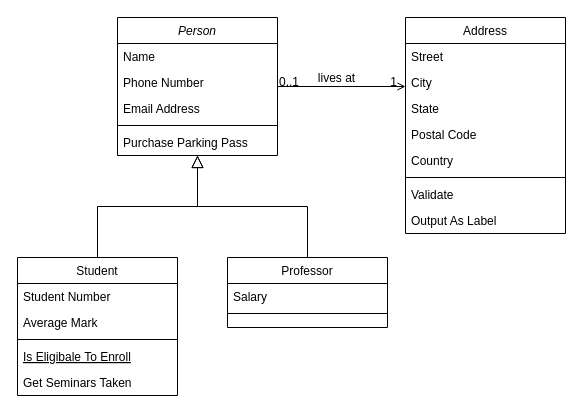
Before: Untitled Diagram.drawio in checas/Ejercicio-POO-JS, a draw.io diagram. Source tidied: cells renumbered, new cells numbered last; positions are measured from the earlier drawing's top-left corner, leaving out a move shared by most shapes. Both pictures are drawn from the tidied source at 100%, with x=0, y=0 at pixel (17, 17).
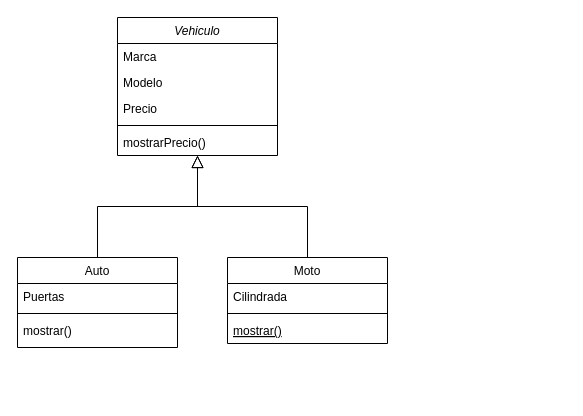
After the change.

Commit message:
Modificación del diagrama de clases

Change to the diagram source:
```diff
@@
-    <mxCell id="2" value="Person" style="swimlane;fontStyle=2;align=center;verticalAlign=top;horizontal=1;startSize=26;rounded=0;shadow=0;strokeWidth=1;" parent="1" vertex="1">
+    <mxCell id="2" value="Vehiculo" style="swimlane;fontStyle=2;align=center;verticalAlign=top;horizontal=1;startSize=26;rounded=0;shadow=0;strokeWidth=1;" parent="1" vertex="1">
       <mxGeometry x="100" width="160" height="138" as="geometry" />
     </mxCell>
-    <mxCell id="3" value="Name" style="text;align=left;verticalAlign=top;spacingLeft=4;spacingRight=4;overflow=hidden;" parent="2" vertex="1">
+    <mxCell id="3" value="Marca" style="text;align=left;verticalAlign=top;spacingLeft=4;spacingRight=4;overflow=hidden;" parent="2" vertex="1">
       <mxGeometry y="26" width="160" height="26" as="geometry" />
     </mxCell>
-    <mxCell id="4" value="Phone Number" style="text;align=left;verticalAlign=top;spacingLeft=4;spacingRight=4;overflow=hidden;rounded=0;shadow=0;html=0;" parent="2" vertex="1">
+    <mxCell id="4" value="Modelo" style="text;align=left;verticalAlign=top;spacingLeft=4;spacingRight=4;overflow=hidden;rounded=0;shadow=0;html=0;" parent="2" vertex="1">
       <mxGeometry y="52" width="160" height="26" as="geometry" />
     </mxCell>
-    <mxCell id="5" value="Email Address" style="text;align=left;verticalAlign=top;spacingLeft=4;spacingRight=4;overflow=hidden;rounded=0;shadow=0;html=0;" parent="2" vertex="1">
+    <mxCell id="5" value="Precio" style="text;align=left;verticalAlign=top;spacingLeft=4;spacingRight=4;overflow=hidden;rounded=0;shadow=0;html=0;" parent="2" vertex="1">
       <mxGeometry y="78" width="160" height="26" as="geometry" />
     </mxCell>
@@
-    <mxCell id="7" value="Purchase Parking Pass" style="text;align=left;verticalAlign=top;spacingLeft=4;spacingRight=4;overflow=hidden;" parent="2" vertex="1">
+    <mxCell id="7" value="mostrarPrecio()" style="text;align=left;verticalAlign=top;spacingLeft=4;spacingRight=4;overflow=hidden;" parent="2" vertex="1">
       <mxGeometry y="112" width="160" height="26" as="geometry" />
     </mxCell>
-    <mxCell id="8" value="Student" style="swimlane;fontStyle=0;align=center;verticalAlign=top;horizontal=1;startSize=26;rounded=0;shadow=0;strokeWidth=1;" parent="1" vertex="1">
-      <mxGeometry y="240" width="160" height="138" as="geometry" />
+    <mxCell id="8" value="Auto" style="swimlane;fontStyle=0;align=center;verticalAlign=top;horizontal=1;startSize=26;rounded=0;shadow=0;strokeWidth=1;" parent="1" vertex="1">
+      <mxGeometry y="240" width="160" height="90" as="geometry" />
     </mxCell>
-    <mxCell id="9" value="Student Number" style="text;align=left;verticalAlign=top;spacingLeft=4;spacingRight=4;overflow=hidden;" parent="8" vertex="1">
+    <mxCell id="9" value="Puertas" style="text;align=left;verticalAlign=top;spacingLeft=4;spacingRight=4;overflow=hidden;" parent="8" vertex="1">
       <mxGeometry y="26" width="160" height="26" as="geometry" />
     </mxCell>
-    <mxCell id="10" value="Average Mark" style="text;align=left;verticalAlign=top;spacingLeft=4;spacingRight=4;overflow=hidden;rounded=0;shadow=0;html=0;" parent="8" vertex="1">
-      <mxGeometry y="52" width="160" height="26" as="geometry" />
-    </mxCell>
     <mxCell id="11" style="line;html=1;strokeWidth=1;align=left;verticalAlign=middle;spacingTop=-1;spacingLeft=3;spacingRight=3;labelPosition=right;" parent="8" vertex="1">
-      <mxGeometry y="78" width="160" height="8" as="geometry" />
+      <mxGeometry y="52" width="160" height="8" as="geometry" />
     </mxCell>
-    <mxCell id="12" value="Is Eligibale To Enroll" style="text;align=left;verticalAlign=top;spacingLeft=4;spacingRight=4;overflow=hidden;fontStyle=4;" parent="8" vertex="1">
-      <mxGeometry y="86" width="160" height="26" as="geometry" />
-    </mxCell>
-    <mxCell id="13" value="Get Seminars Taken" style="text;align=left;verticalAlign=top;spacingLeft=4;spacingRight=4;overflow=hidden;" parent="8" vertex="1">
-      <mxGeometry y="112" width="160" height="26" as="geometry" />
+    <mxCell id="13" value="mostrar()" style="text;align=left;verticalAlign=top;spacingLeft=4;spacingRight=4;overflow=hidden;" parent="8" vertex="1">
+      <mxGeometry y="60" width="160" height="26" as="geometry" />
     </mxCell>
@@
-    <mxCell id="15" value="Professor" style="swimlane;fontStyle=0;align=center;verticalAlign=top;horizontal=1;startSize=26;rounded=0;shadow=0;strokeWidth=1;" parent="1" vertex="1">
-      <mxGeometry x="210" y="240" width="160" height="70" as="geometry" />
+    <mxCell id="15" value="Moto" style="swimlane;fontStyle=0;align=center;verticalAlign=top;horizontal=1;startSize=26;rounded=0;shadow=0;strokeWidth=1;" parent="1" vertex="1">
+      <mxGeometry x="210" y="240" width="160" height="86" as="geometry" />
     </mxCell>
-    <mxCell id="16" value="Salary" style="text;align=left;verticalAlign=top;spacingLeft=4;spacingRight=4;overflow=hidden;" parent="15" vertex="1">
+    <mxCell id="16" value="Cilindrada" style="text;align=left;verticalAlign=top;spacingLeft=4;spacingRight=4;overflow=hidden;" parent="15" vertex="1">
       <mxGeometry y="26" width="160" height="26" as="geometry" />
     </mxCell>
@@
+    <mxCell id="12" value="mostrar()" style="text;align=left;verticalAlign=top;spacingLeft=4;spacingRight=4;overflow=hidden;fontStyle=4;" parent="15" vertex="1">
+      <mxGeometry y="60" width="160" height="26" as="geometry" />
+    </mxCell>
@@
-    <mxCell id="19" value="Address" style="swimlane;fontStyle=0;align=center;verticalAlign=top;horizontal=1;startSize=26;rounded=0;shadow=0;strokeWidth=1;" parent="1" vertex="1">
-      <mxGeometry x="388" width="160" height="216" as="geometry" />
-    </mxCell>
-    <mxCell id="20" value="Street" style="text;align=left;verticalAlign=top;spacingLeft=4;spacingRight=4;overflow=hidden;" parent="19" vertex="1">
-      <mxGeometry y="26" width="160" height="26" as="geometry" />
-    </mxCell>
-    <mxCell id="21" value="City" style="text;align=left;verticalAlign=top;spacingLeft=4;spacingRight=4;overflow=hidden;rounded=0;shadow=0;html=0;" parent="19" vertex="1">
-      <mxGeometry y="52" width="160" height="26" as="geometry" />
-    </mxCell>
-    <mxCell id="22" value="State" style="text;align=left;verticalAlign=top;spacingLeft=4;spacingRight=4;overflow=hidden;rounded=0;shadow=0;html=0;" parent="19" vertex="1">
-      <mxGeometry y="78" width="160" height="26" as="geometry" />
-    </mxCell>
-    <mxCell id="23" value="Postal Code" style="text;align=left;verticalAlign=top;spacingLeft=4;spacingRight=4;overflow=hidden;rounded=0;shadow=0;html=0;" parent="19" vertex="1">
-      <mxGeometry y="104" width="160" height="26" as="geometry" />
-    </mxCell>
-    <mxCell id="24" value="Country" style="text;align=left;verticalAlign=top;spacingLeft=4;spacingRight=4;overflow=hidden;rounded=0;shadow=0;html=0;" parent="19" vertex="1">
-      <mxGeometry y="130" width="160" height="26" as="geometry" />
-    </mxCell>
-    <mxCell id="25" style="line;html=1;strokeWidth=1;align=left;verticalAlign=middle;spacingTop=-1;spacingLeft=3;spacingRight=3;labelPosition=right;" parent="19" vertex="1">
-      <mxGeometry y="156" width="160" height="8" as="geometry" />
-    </mxCell>
-    <mxCell id="26" value="Validate" style="text;align=left;verticalAlign=top;spacingLeft=4;spacingRight=4;overflow=hidden;" parent="19" vertex="1">
-      <mxGeometry y="164" width="160" height="26" as="geometry" />
-    </mxCell>
-    <mxCell id="27" value="Output As Label" style="text;align=left;verticalAlign=top;spacingLeft=4;spacingRight=4;overflow=hidden;" parent="19" vertex="1">
-      <mxGeometry y="190" width="160" height="26" as="geometry" />
-    </mxCell>
-    <mxCell id="28" style="endArrow=open;shadow=0;strokeWidth=1;rounded=0;endFill=1;edgeStyle=elbowEdgeStyle;elbow=vertical;" parent="1" edge="1" source="2" target="19">
-      <mxGeometry x="0.5" y="41" relative="1" as="geometry">
-        <mxPoint x="-40" y="32" as="offset" />
-      </mxGeometry>
-    </mxCell>
-    <mxCell id="29" value="0..1" style="align=left;verticalAlign=bottom;labelBackgroundColor=none;fontSize=12;" parent="28" vertex="1">
-      <mxGeometry x="-1" relative="1" as="geometry">
-        <mxPoint y="4" as="offset" />
-      </mxGeometry>
-    </mxCell>
-    <mxCell id="30" value="1" style="align=right;verticalAlign=bottom;labelBackgroundColor=none;fontSize=12;" parent="28" vertex="1">
-      <mxGeometry x="1" relative="1" as="geometry">
-        <mxPoint x="-7" y="4" as="offset" />
-      </mxGeometry>
-    </mxCell>
-    <mxCell id="31" value="lives at" style="text;html=1;align=center;verticalAlign=middle;labelBackgroundColor=none;rounded=0;shadow=0;strokeWidth=1;fontSize=12;" parent="28" vertex="1">
-      <mxGeometry x="0.5" y="49" relative="1" as="geometry">
-        <mxPoint x="-38" y="40" as="offset" />
-      </mxGeometry>
-    </mxCell>
```
